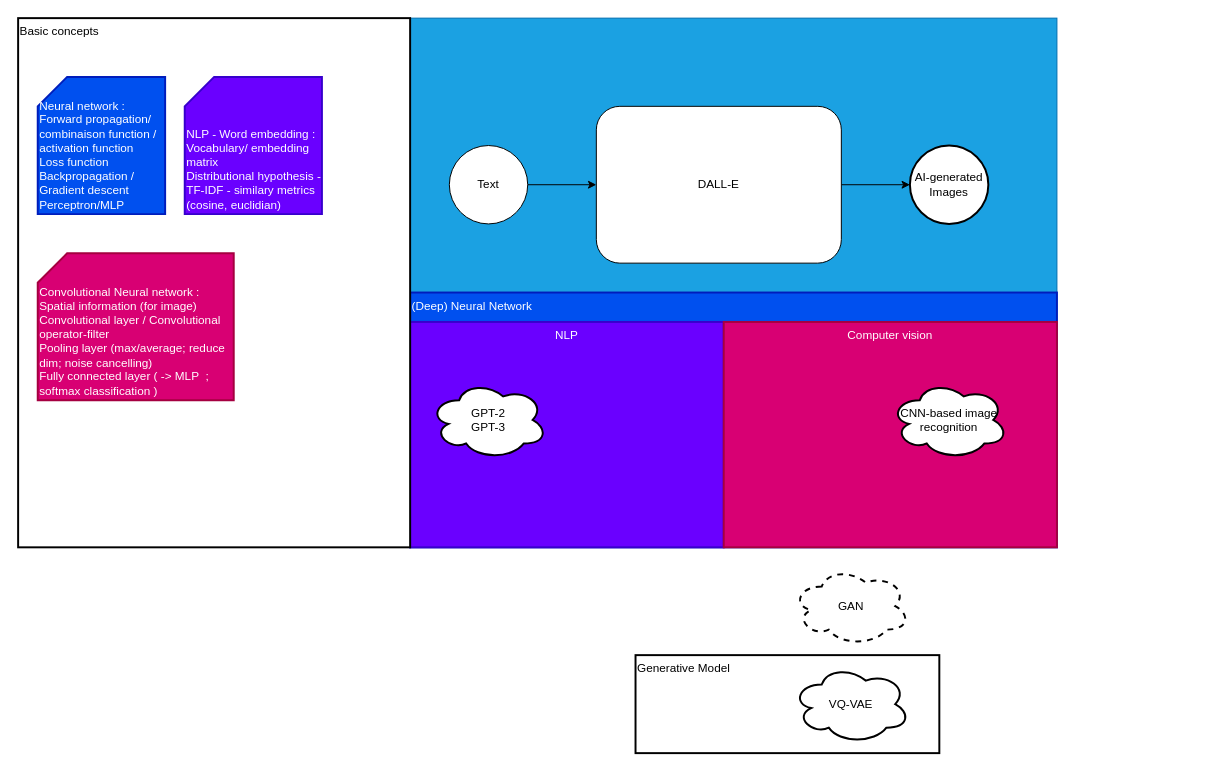
This is dall-e.drawio from cthiounn/dall-e-note, a draw.io file, before an edit. Source tidied: cells renumbered, new cells numbered last; positions are measured from the earlier drawing's top-left corner, leaving out a move shared by most shapes. Both pictures are drawn from the tidied source at 98%, with x=0, y=0 at pixel (18, 18).
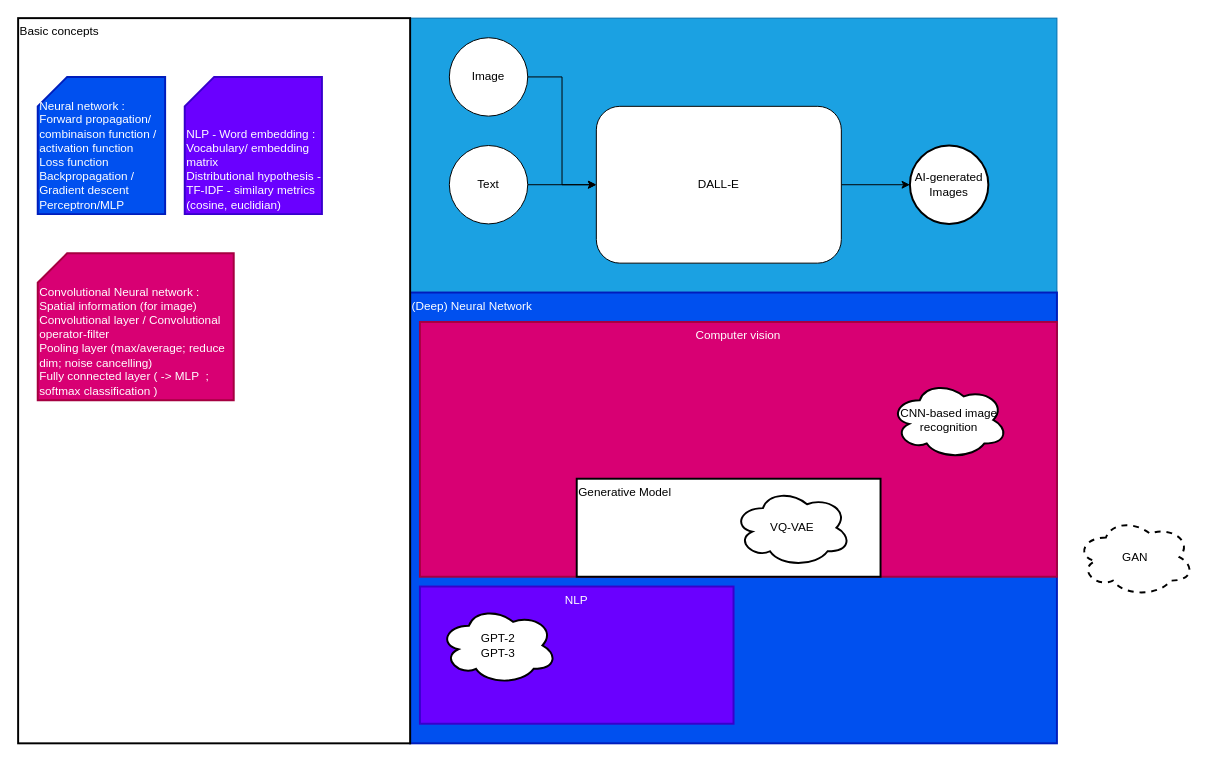
Above is the later version.

The change refers to these unchanged cells:
```xml
<mxCell id="6" value="DALL-E" style="rounded=1;whiteSpace=wrap;html=1;gradientColor=none;" parent="1" vertex="1">
  <mxGeometry x="590" y="90" width="250" height="160" as="geometry" />
</mxCell>
```

Diff of the diagram source:
```diff
@@
+    <mxCell id="4" style="rounded=0;whiteSpace=wrap;html=1;fillColor=#1ba1e2;strokeColor=#006EAF;fontColor=#ffffff;" parent="1" vertex="1">
+      <mxGeometry x="400" width="660" height="540" as="geometry" />
+    </mxCell>
+    <mxCell id="10" value="(Deep) Neural Network" style="rounded=0;whiteSpace=wrap;html=1;strokeWidth=2;align=left;verticalAlign=top;fillColor=#0050ef;strokeColor=#001DBC;fontColor=#ffffff;" parent="1" vertex="1">
+      <mxGeometry x="400" y="280" width="660" height="460" as="geometry" />
+    </mxCell>
+    <mxCell id="12" value="Computer vision" style="rounded=0;whiteSpace=wrap;html=1;strokeWidth=2;verticalAlign=top;fillColor=#d80073;strokeColor=#A50040;fontColor=#ffffff;" parent="1" vertex="1">
+      <mxGeometry x="410" y="310" width="650" height="260" as="geometry" />
+    </mxCell>
     <mxCell id="2" value="Generative Model" style="rounded=0;whiteSpace=wrap;html=1;strokeWidth=2;gradientColor=none;verticalAlign=top;align=left;" parent="1" vertex="1">
-      <mxGeometry x="630" y="650" width="310" height="100" as="geometry" />
+      <mxGeometry x="570" y="470" width="310" height="100" as="geometry" />
     </mxCell>
-    <mxCell id="3" style="rounded=1;whiteSpace=wrap;html=1;" parent="1" vertex="1">
-      <mxGeometry x="640" y="240" width="120" height="60" as="geometry" />
-    </mxCell>
-    <mxCell id="4" style="rounded=0;whiteSpace=wrap;html=1;fillColor=#1ba1e2;strokeColor=#006EAF;fontColor=#ffffff;" parent="1" vertex="1">
-      <mxGeometry x="400" width="660" height="540" as="geometry" />
-    </mxCell>
@@
-    <mxCell id="10" value="(Deep) Neural Network" style="rounded=0;whiteSpace=wrap;html=1;strokeWidth=2;align=left;verticalAlign=top;fillColor=#0050ef;strokeColor=#001DBC;fontColor=#ffffff;" parent="1" vertex="1">
-      <mxGeometry x="400" y="280" width="660" height="260" as="geometry" />
-    </mxCell>
     <mxCell id="11" value="NLP" style="rounded=0;whiteSpace=wrap;html=1;strokeWidth=2;verticalAlign=top;fillColor=#6a00ff;strokeColor=#3700CC;fontColor=#ffffff;" parent="1" vertex="1">
-      <mxGeometry x="400" y="310" width="320" height="230" as="geometry" />
+      <mxGeometry x="410" y="580" width="320" height="140" as="geometry" />
     </mxCell>
-    <mxCell id="12" value="Computer vision" style="rounded=0;whiteSpace=wrap;html=1;strokeWidth=2;verticalAlign=top;fillColor=#d80073;strokeColor=#A50040;fontColor=#ffffff;" parent="1" vertex="1">
-      <mxGeometry x="720" y="310" width="340" height="230" as="geometry" />
-    </mxCell>
     <mxCell id="13" value="GPT-2&lt;br&gt;GPT-3" style="ellipse;shape=cloud;whiteSpace=wrap;html=1;strokeWidth=2;gradientColor=none;verticalAlign=middle;" parent="1" vertex="1">
-      <mxGeometry x="420" y="370" width="120" height="80" as="geometry" />
+      <mxGeometry x="430" y="600" width="120" height="80" as="geometry" />
     </mxCell>
@@
     <mxCell id="15" value="VQ-VAE" style="ellipse;shape=cloud;whiteSpace=wrap;html=1;strokeWidth=2;gradientColor=none;verticalAlign=middle;" parent="1" vertex="1">
-      <mxGeometry x="790" y="660" width="120" height="80" as="geometry" />
+      <mxGeometry x="730" y="480" width="120" height="80" as="geometry" />
     </mxCell>
     <mxCell id="16" value="GAN" style="ellipse;shape=cloud;whiteSpace=wrap;html=1;strokeWidth=2;gradientColor=none;verticalAlign=middle;dashed=1;" parent="1" vertex="1">
-      <mxGeometry x="790" y="560" width="120" height="80" as="geometry" />
+      <mxGeometry x="1080" y="510" width="120" height="80" as="geometry" />
     </mxCell>
     <mxCell id="17" value="Basic concepts" style="rounded=0;whiteSpace=wrap;html=1;strokeWidth=2;gradientColor=none;align=left;verticalAlign=top;" parent="1" vertex="1">
-      <mxGeometry width="400" height="540" as="geometry" />
+      <mxGeometry width="400" height="740" as="geometry" />
     </mxCell>
@@
+    <mxCell id="21" style="edgeStyle=orthogonalEdgeStyle;rounded=0;jettySize=auto;html=1;" parent="1" edge="1" source="22" target="6">
+      <mxGeometry relative="1" as="geometry" />
+    </mxCell>
+    <mxCell id="22" value="Image" style="ellipse;whiteSpace=wrap;html=1;gradientColor=none;" parent="1" vertex="1">
+      <mxGeometry x="440" y="20" width="80" height="80" as="geometry" />
+    </mxCell>
```
